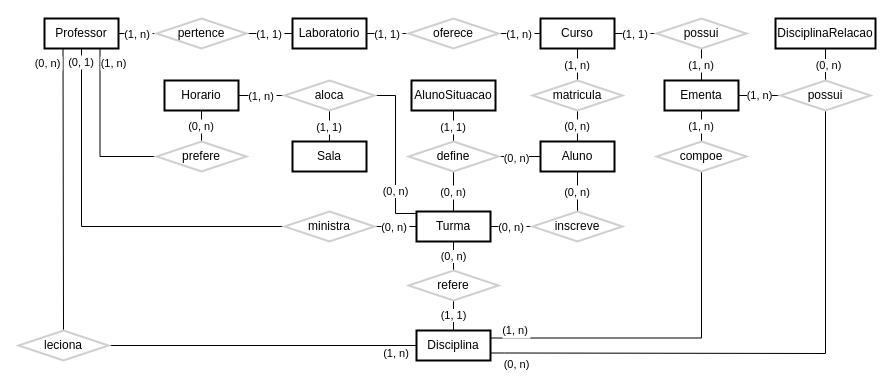
UENF-Organizacao-de-Disciplinas/INF01131-Monografia keeps this draw.io diagram as page "Conceitual" (1 of 7) of Files/Outras monografias/202405 - João Vítor Fernandes Dias/Texto/Diagramas/Drawio/Diagrama ER.drawio. Above is the earlier version. Source tidied: cells renumbered, new cells numbered last; positions are measured from the earlier drawing's top-left corner, leaving out a move shared by most shapes. Both pictures are drawn from the tidied source at 100%, with x=0, y=0 at pixel (18, 18).
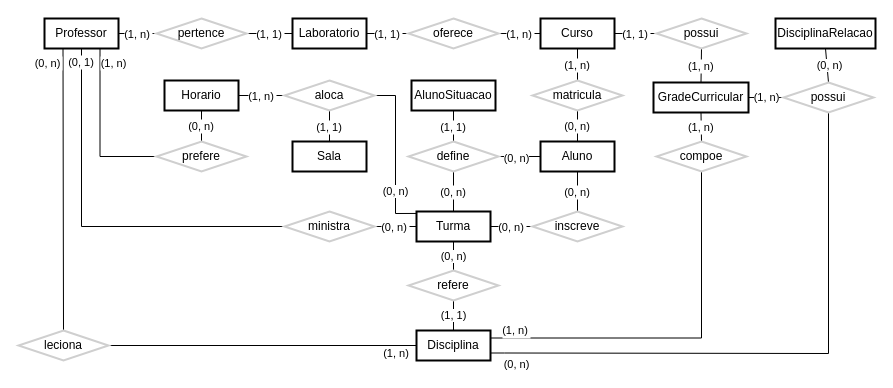
Above is the later version.

What changed in the source:
```diff
@@
     <mxCell id="44" value="possui" style="rhombus;strokeWidth=2;whiteSpace=wrap;fillColor=none;strokeColor=#CFCFCF;" parent="33" vertex="1">
-      <mxGeometry x="762" y="62" width="90" height="30" as="geometry" />
+      <mxGeometry x="765" y="64" width="90" height="30" as="geometry" />
     </mxCell>
@@
-    <mxCell id="50" value="Ementa" style="whiteSpace=wrap;strokeWidth=2;fillColor=none;" parent="47" vertex="1">
-      <mxGeometry x="646" y="62" width="74" height="30" as="geometry" />
+    <mxCell id="50" value="GradeCurricular" style="whiteSpace=wrap;strokeWidth=2;fillColor=none;" parent="47" vertex="1">
+      <mxGeometry x="635" y="64" width="95" height="30" as="geometry" />
     </mxCell>
```
